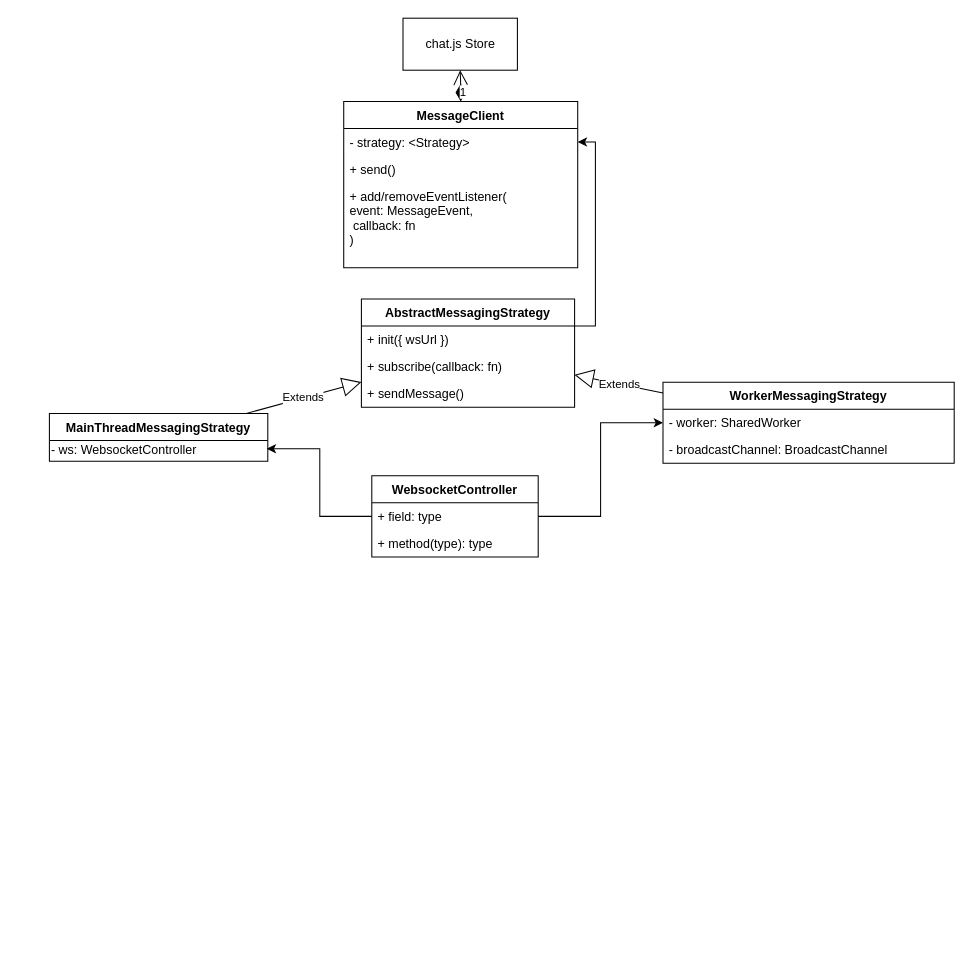
The draw.io diagram src/app/websocket/docs/websocket-communication-architecture.drawio in webitel/omnichannel-widget, before the edit. Source tidied: cells renumbered, new cells numbered last; positions are measured from the earlier drawing's top-left corner, leaving out a move shared by most shapes. Both pictures are drawn from the tidied source at 104%, with x=0, y=0 at pixel (49, 18).
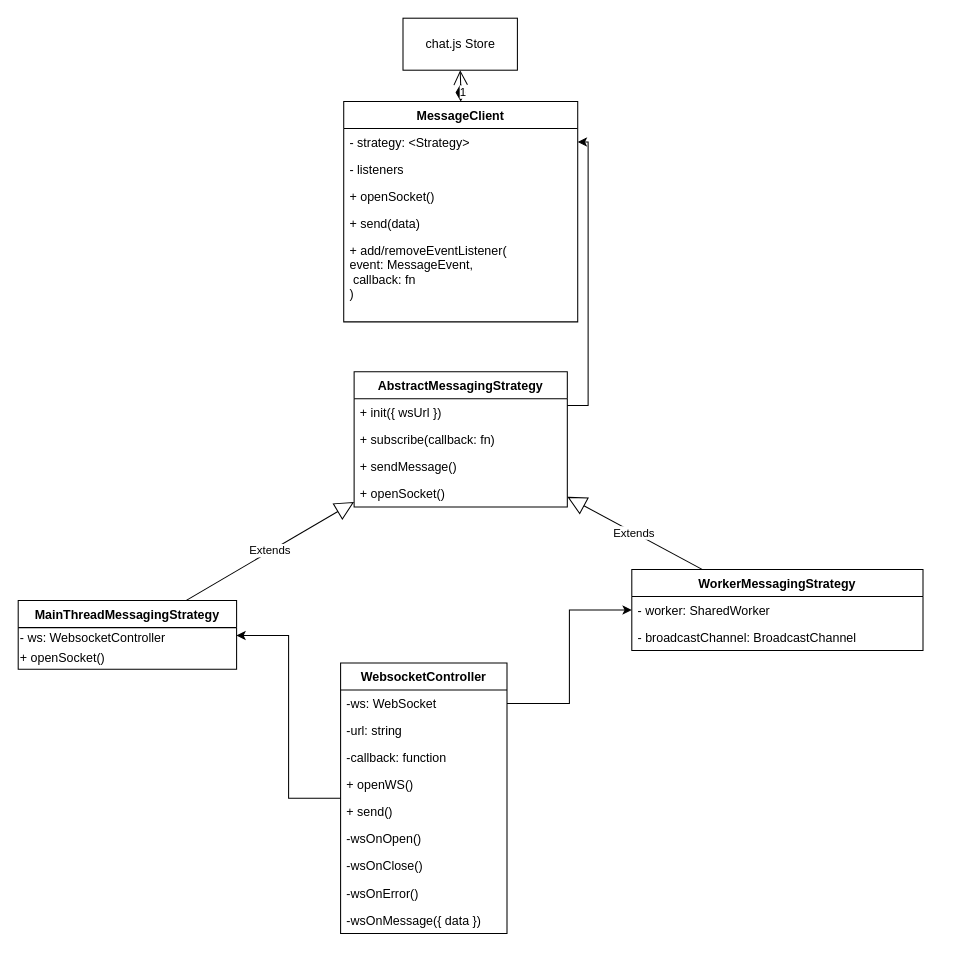
After the change.

What changed in the source:
```diff
@@
     <mxCell id="2" value="MessageClient" style="swimlane;fontStyle=1;align=center;verticalAlign=top;horizontal=1;startSize=26;" parent="1" vertex="1">
-      <mxGeometry x="283" y="80" width="225" height="160" as="geometry" />
+      <mxGeometry x="283" y="80" width="225" height="212" as="geometry" />
     </mxCell>
@@
+    <mxCell id="25" value="- listeners" style="text;strokeColor=none;fillColor=none;align=left;verticalAlign=top;spacingLeft=4;spacingRight=4;overflow=hidden;" parent="2" vertex="1">
+      <mxGeometry y="52" width="225" height="26" as="geometry" />
+    </mxCell>
+    <mxCell id="26" value="+ openSocket()" style="text;strokeColor=none;fillColor=none;align=left;verticalAlign=top;spacingLeft=4;spacingRight=4;overflow=hidden;" parent="2" vertex="1">
+      <mxGeometry y="78" width="225" height="26" as="geometry" />
+    </mxCell>
-    <mxCell id="4" value="+ send()" style="text;strokeColor=none;fillColor=none;align=left;verticalAlign=top;spacingLeft=4;spacingRight=4;overflow=hidden;" parent="2" vertex="1">
-      <mxGeometry y="52" width="225" height="26" as="geometry" />
+    <mxCell id="4" value="+ send(data)" style="text;strokeColor=none;fillColor=none;align=left;verticalAlign=top;spacingLeft=4;spacingRight=4;overflow=hidden;" parent="2" vertex="1">
+      <mxGeometry y="104" width="225" height="26" as="geometry" />
     </mxCell>
     <mxCell id="5" value="+ add/removeEventListener(&#10;event: MessageEvent,&#10; callback: fn&#10;)" style="text;strokeColor=none;fillColor=none;align=left;verticalAlign=top;spacingLeft=4;spacingRight=4;overflow=hidden;" parent="2" vertex="1">
-      <mxGeometry y="78" width="225" height="82" as="geometry" />
+      <mxGeometry y="130" width="225" height="82" as="geometry" />
     </mxCell>
@@
     <mxCell id="7" value="MainThreadMessagingStrategy" style="swimlane;fontStyle=1;align=center;verticalAlign=top;horizontal=1;startSize=26;" parent="1" vertex="1">
-      <mxGeometry y="380" width="210" height="46" as="geometry" />
+      <mxGeometry x="-30" y="560" width="210" height="66" as="geometry" />
     </mxCell>
+    <mxCell id="27" value="- ws: WebsocketController" style="text;html=1;align=left;verticalAlign=middle;points=[];strokeColor=none;" parent="7" vertex="1">
+      <mxGeometry y="26" width="210" height="20" as="geometry" />
+    </mxCell>
-    <mxCell id="8" value="- ws: WebsocketController" style="text;html=1;align=left;verticalAlign=middle;points=[];strokeColor=none;" parent="7" vertex="1">
-      <mxGeometry y="26" width="210" height="20" as="geometry" />
+    <mxCell id="8" value="+ openSocket()" style="text;html=1;align=left;verticalAlign=middle;points=[];strokeColor=none;" parent="7" vertex="1">
+      <mxGeometry y="46" width="210" height="20" as="geometry" />
     </mxCell>
     <mxCell id="9" value="WorkerMessagingStrategy" style="swimlane;fontStyle=1;align=center;verticalAlign=top;horizontal=1;startSize=26;" parent="1" vertex="1">
-      <mxGeometry x="590" y="350" width="280" height="78" as="geometry" />
+      <mxGeometry x="560" y="530" width="280" height="78" as="geometry" />
     </mxCell>
@@
     <mxCell id="13" value="AbstractMessagingStrategy" style="swimlane;fontStyle=1;align=center;verticalAlign=top;horizontal=1;startSize=26;" parent="1" vertex="1">
-      <mxGeometry x="300" y="270" width="205" height="104" as="geometry" />
+      <mxGeometry x="293" y="340" width="205" height="130" as="geometry" />
     </mxCell>
@@
+    <mxCell id="28" value="+ sendMessage()" style="text;strokeColor=none;fillColor=none;align=left;verticalAlign=top;spacingLeft=4;spacingRight=4;overflow=hidden;" parent="13" vertex="1">
+      <mxGeometry y="78" width="205" height="26" as="geometry" />
+    </mxCell>
-    <mxCell id="16" value="+ sendMessage()" style="text;strokeColor=none;fillColor=none;align=left;verticalAlign=top;spacingLeft=4;spacingRight=4;overflow=hidden;" parent="13" vertex="1">
-      <mxGeometry y="78" width="205" height="26" as="geometry" />
+    <mxCell id="16" value="+ openSocket()" style="text;strokeColor=none;fillColor=none;align=left;verticalAlign=top;spacingLeft=4;spacingRight=4;overflow=hidden;" parent="13" vertex="1">
+      <mxGeometry y="104" width="205" height="26" as="geometry" />
     </mxCell>
@@
-    <mxCell id="20" style="edgeStyle=orthogonalEdgeStyle;rounded=0;jettySize=auto;html=1;entryX=0.995;entryY=0.4;entryDx=0;entryDy=0;entryPerimeter=0;" parent="1" edge="1" source="21" target="8">
-      <mxGeometry relative="1" as="geometry" />
-    </mxCell>
+    <mxCell id="29" style="edgeStyle=orthogonalEdgeStyle;rounded=0;jettySize=auto;html=1;entryX=0.999;entryY=0.378;entryDx=0;entryDy=0;entryPerimeter=0;" parent="1" edge="1" source="21" target="27">
+      <mxGeometry relative="1" as="geometry" />
+    </mxCell>
     <mxCell id="21" value="WebsocketController" style="swimlane;fontStyle=1;align=center;verticalAlign=top;horizontal=1;startSize=26;" parent="1" vertex="1">
-      <mxGeometry x="310" y="440" width="160" height="78" as="geometry" />
+      <mxGeometry x="280" y="620" width="160" height="260" as="geometry" />
     </mxCell>
-    <mxCell id="22" value="+ field: type" style="text;strokeColor=none;fillColor=none;align=left;verticalAlign=top;spacingLeft=4;spacingRight=4;overflow=hidden;points=[[0,0.5],[1,0.5]];portConstraint=eastwest;" parent="21" vertex="1">
+    <mxCell id="22" value="-ws: WebSocket" style="text;strokeColor=none;fillColor=none;align=left;verticalAlign=top;spacingLeft=4;spacingRight=4;overflow=hidden;points=[[0,0.5],[1,0.5]];portConstraint=eastwest;" parent="21" vertex="1">
       <mxGeometry y="26" width="160" height="26" as="geometry" />
     </mxCell>
+    <mxCell id="30" value="-url: string" style="text;strokeColor=none;fillColor=none;align=left;verticalAlign=top;spacingLeft=4;spacingRight=4;overflow=hidden;" parent="21" vertex="1">
+      <mxGeometry y="52" width="160" height="26" as="geometry" />
+    </mxCell>
+    <mxCell id="31" value="-callback: function" style="text;strokeColor=none;fillColor=none;align=left;verticalAlign=top;spacingLeft=4;spacingRight=4;overflow=hidden;" parent="21" vertex="1">
+      <mxGeometry y="78" width="160" height="26" as="geometry" />
+    </mxCell>
-    <mxCell id="23" value="+ method(type): type" style="text;strokeColor=none;fillColor=none;align=left;verticalAlign=top;spacingLeft=4;spacingRight=4;overflow=hidden;" parent="21" vertex="1">
-      <mxGeometry y="52" width="160" height="26" as="geometry" />
+    <mxCell id="23" value="+ openWS()" style="text;strokeColor=none;fillColor=none;align=left;verticalAlign=top;spacingLeft=4;spacingRight=4;overflow=hidden;" parent="21" vertex="1">
+      <mxGeometry y="104" width="160" height="26" as="geometry" />
     </mxCell>
+    <mxCell id="32" value="+ send()" style="text;strokeColor=none;fillColor=none;align=left;verticalAlign=top;spacingLeft=4;spacingRight=4;overflow=hidden;" parent="21" vertex="1">
+      <mxGeometry y="130" width="160" height="26" as="geometry" />
+    </mxCell>
+    <mxCell id="33" value="-wsOnOpen()" style="text;strokeColor=none;fillColor=none;align=left;verticalAlign=top;spacingLeft=4;spacingRight=4;overflow=hidden;" parent="21" vertex="1">
+      <mxGeometry y="156" width="160" height="26" as="geometry" />
+    </mxCell>
+    <mxCell id="34" value="-wsOnClose()" style="text;strokeColor=none;fillColor=none;align=left;verticalAlign=top;spacingLeft=4;spacingRight=4;overflow=hidden;" parent="21" vertex="1">
+      <mxGeometry y="182" width="160" height="26" as="geometry" />
+    </mxCell>
+    <mxCell id="35" value="-wsOnError()" style="text;strokeColor=none;fillColor=none;align=left;verticalAlign=top;spacingLeft=4;spacingRight=4;overflow=hidden;" parent="21" vertex="1">
+      <mxGeometry y="208" width="160" height="26" as="geometry" />
+    </mxCell>
+    <mxCell id="36" value="-wsOnMessage({ data })" style="text;strokeColor=none;fillColor=none;align=left;verticalAlign=top;spacingLeft=4;spacingRight=4;overflow=hidden;" parent="21" vertex="1">
+      <mxGeometry y="234" width="160" height="26" as="geometry" />
+    </mxCell>
```
